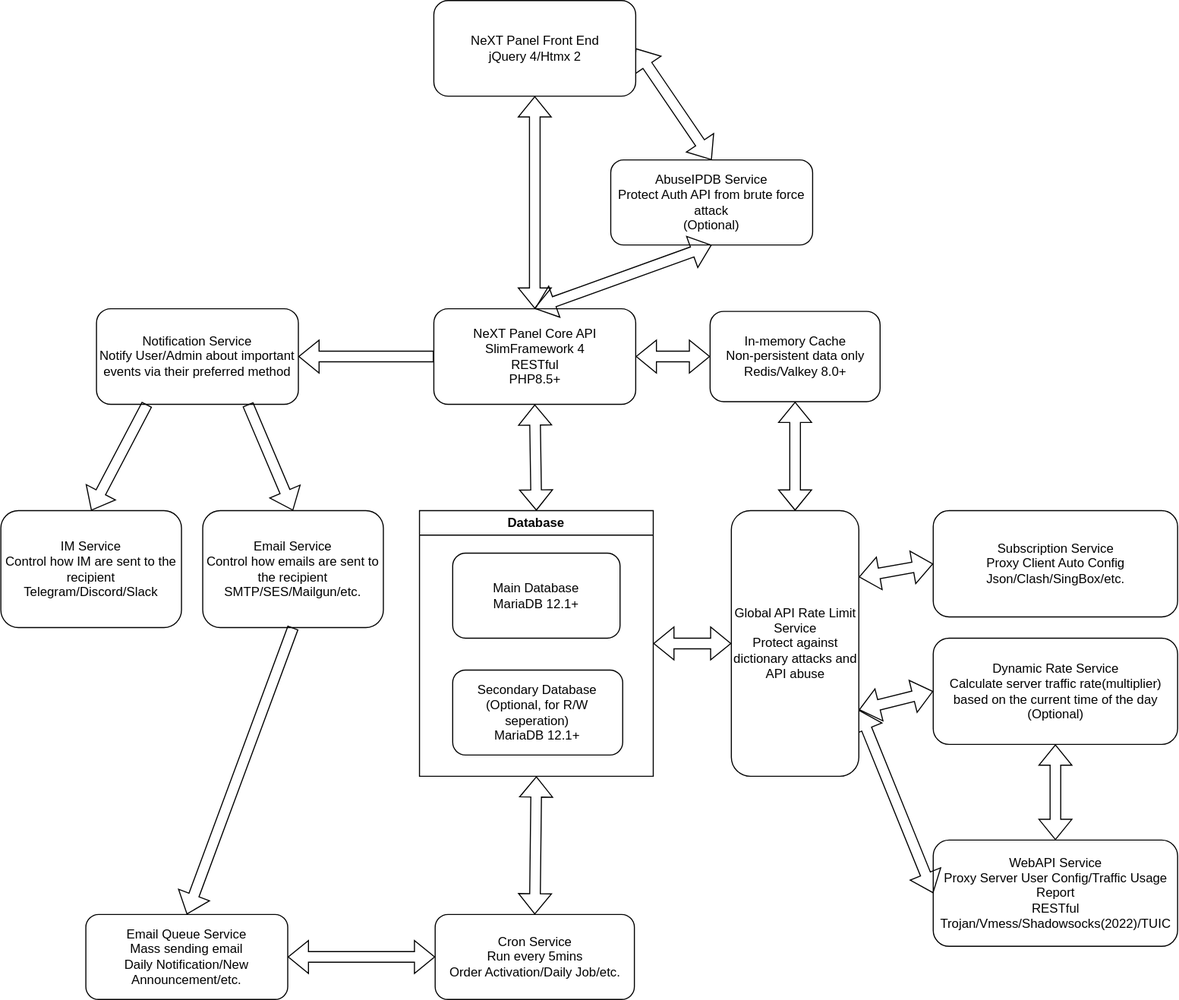
Before: static/img/system-architecture.svg, a diagram exported from draw.io (The-NeXT-Project/Docs). Source tidied: cells renumbered, new cells last; positions are measured from the earlier drawing's top-left corner, leaving out a move shared by most shapes.
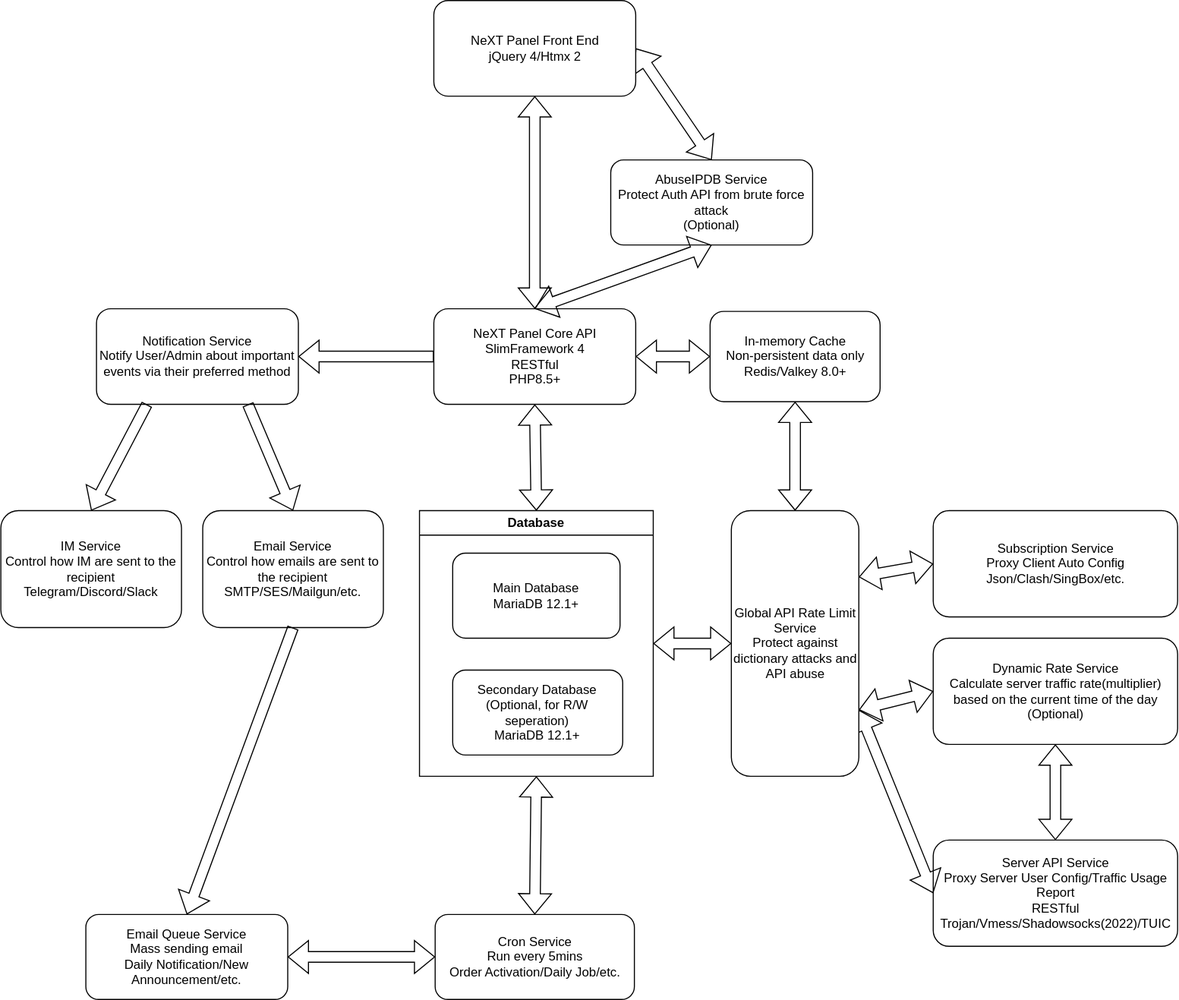
Later version of the same file.

Commit message:
docs(node): call the node API box Server API in the architecture diagram

Renamed in both the rendered SVG and the embedded draw.io source, so a
later re-export from draw.io keeps the new name.

Diff of the diagram source:
```diff
@@ -26,7 +26,7 @@
     <mxCell id="9" style="shape=flexArrow;endArrow=classic;startArrow=classic;html=1;rounded=0;entryX=0;entryY=0.5;entryDx=0;entryDy=0;exitX=1;exitY=0.5;exitDx=0;exitDy=0;" parent="1" edge="1" source="2" target="7">
       <mxGeometry relative="1" as="geometry" />
     </mxCell>
-    <mxCell id="10" value="WebAPI Service&lt;div&gt;Proxy Server User Config/Traffic Usage Report&lt;/div&gt;&lt;div&gt;RESTful&lt;/div&gt;&lt;div&gt;Trojan/Vmess/Shadowsocks(2022)/TUIC&lt;/div&gt;" style="rounded=1;whiteSpace=wrap;html=1;" parent="1" vertex="1">
+    <mxCell id="10" value="Server API Service&lt;div&gt;Proxy Server User Config/Traffic Usage Report&lt;/div&gt;&lt;div&gt;RESTful&lt;/div&gt;&lt;div&gt;Trojan/Vmess/Shadowsocks(2022)/TUIC&lt;/div&gt;" style="rounded=1;whiteSpace=wrap;html=1;" parent="1" vertex="1">
       <mxGeometry x="877.5" y="790" width="230" height="100" as="geometry" />
     </mxCell>
     <mxCell id="11" style="shape=flexArrow;endArrow=classic;startArrow=classic;html=1;rounded=0;entryX=0.5;entryY=0;entryDx=0;entryDy=0;exitX=0.5;exitY=1;exitDx=0;exitDy=0;" parent="1" edge="1" source="3" target="8">
```
